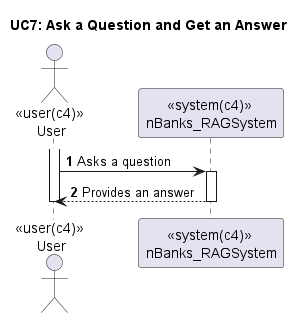
Before: out/UC7/Level1/Level1.png, a diagram exported from PlantUML (Ana6363/RAGSystem_Wiki). The source it was exported from:
```plantuml
@startuml

title UC7: Ask a Question and Get an Answer


autonumber

actor "<<user(c4)>> \nUser" as user
participant "<<system(c4)>> \nnBanks_RAGSystem" as sys

activate user
user -> sys : Asks a question
activate sys
sys --> user: Provides an answer
deactivate sys
deactivate user

@enduml
```
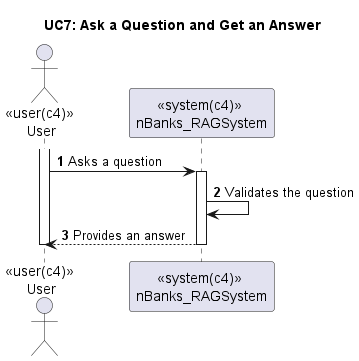
The same diagram one commit later.

Commit message:
small corrections to diagrams

Change to the diagram source:
```diff
@@ -11,6 +11,7 @@
 activate user
 user -> sys : Asks a question
 activate sys
+sys -> sys : Validates the question
 sys --> user: Provides an answer
 deactivate sys
 deactivate user
```
